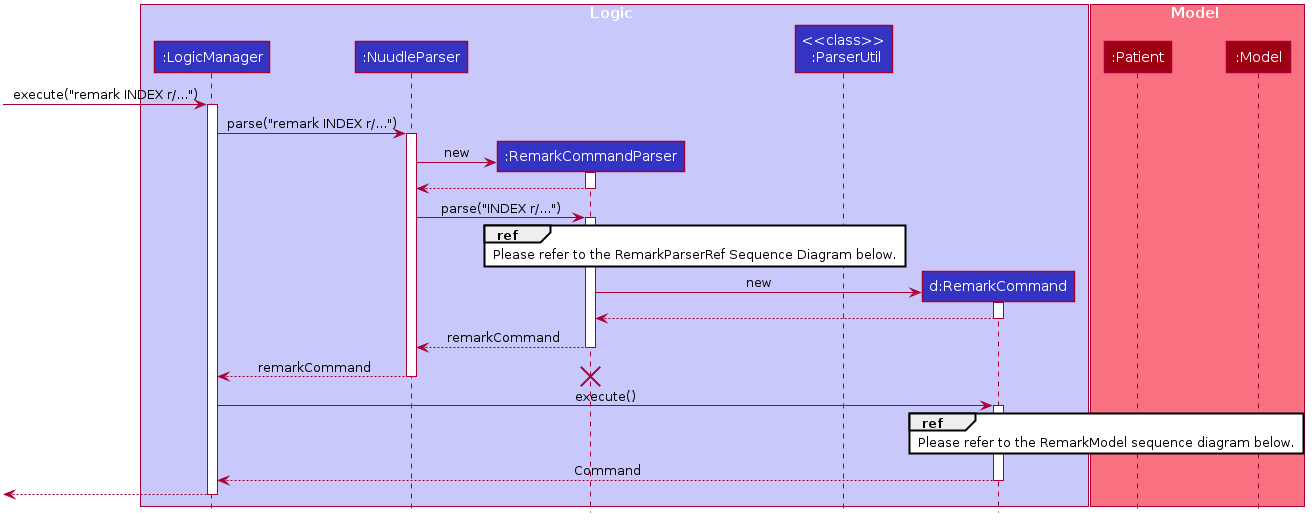
xz0127/tp keeps this PlantUML diagram as docs/images/RemarkSequenceDiagram.png. Above is the earlier version.
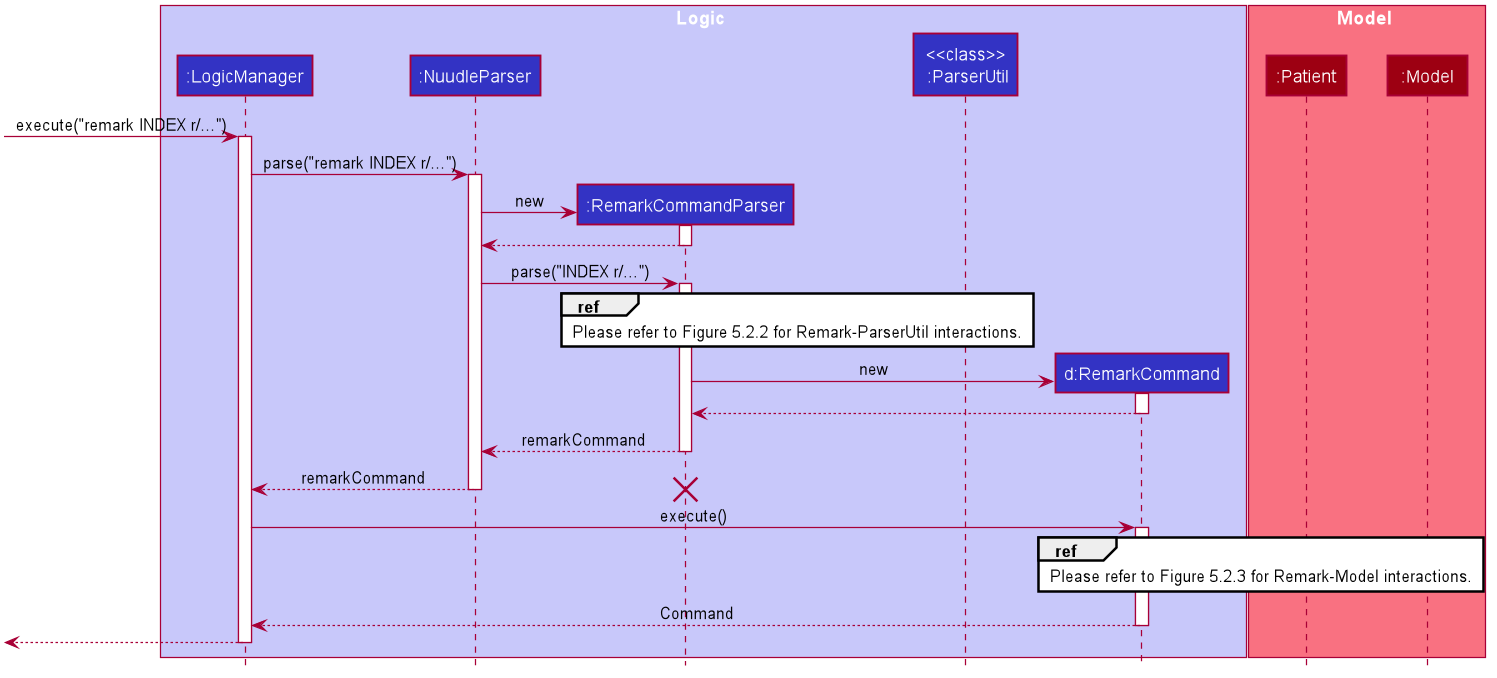
Later version of the same file.

Change to the diagram source:
```diff
@@ -77,7 +77,7 @@
 NuudleParser -> RemarkCommandParser : parse("INDEX r/...")
 activate RemarkCommandParser
 
-ref over RemarkCommandParser, ParserUtil : Please refer to the RemarkParserRef Sequence Diagram below.
+ref over RemarkCommandParser, ParserUtil : Please refer to Figure 5.2.2 for Remark-ParserUtil interactions.
 
 create RemarkCommand
 RemarkCommandParser -> RemarkCommand : new
@@ -97,7 +97,7 @@
 LogicManager -> RemarkCommand : execute()
 activate RemarkCommand
 
-ref over RemarkCommand, Patient, Model : Please refer to the RemarkModel sequence diagram below.
+ref over RemarkCommand, Patient, Model : Please refer to Figure 5.2.3 for Remark-Model interactions.
 
 RemarkCommand --> LogicManager : Command
 deactivate RemarkCommand
```
